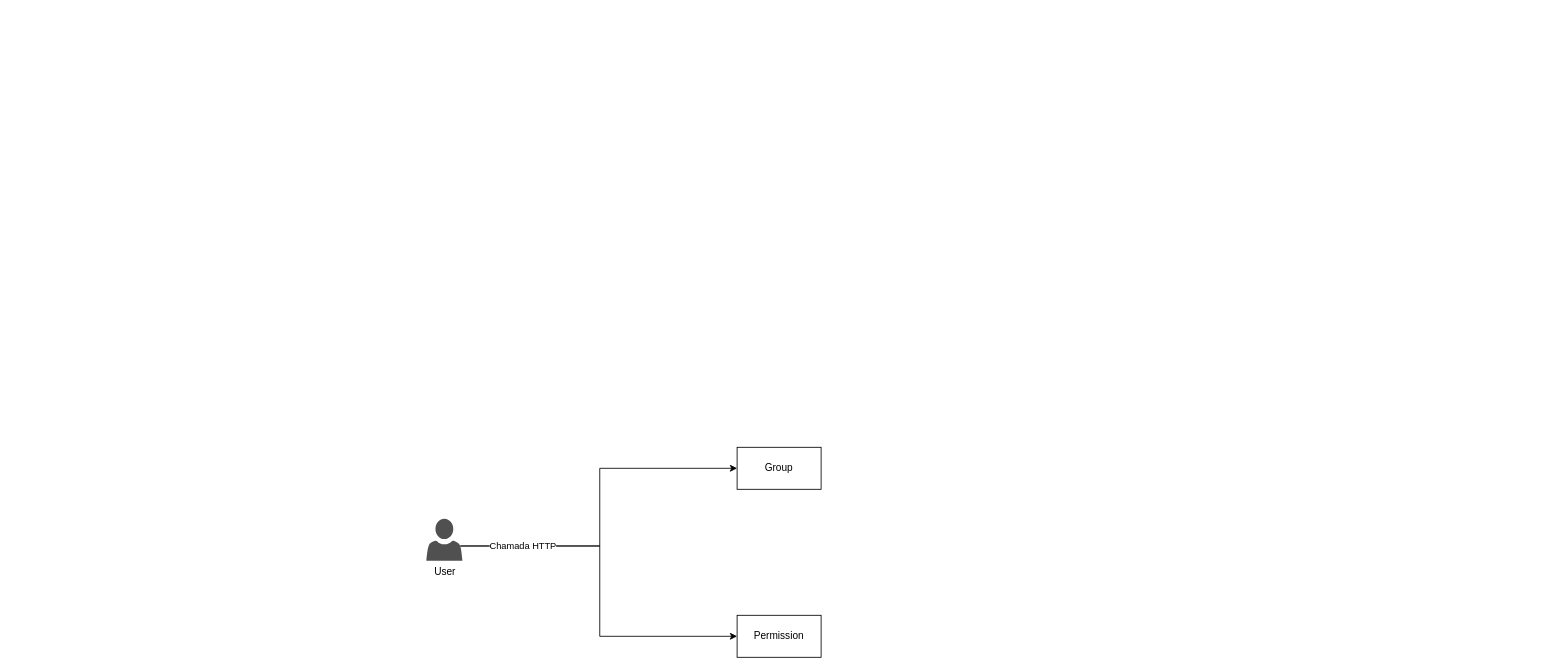
Earlier version of the draw.io diagram page "AuthService" (2 of 35) of Architecture.drawio (AlanEdward19/ShapeUp). Source tidied: cells renumbered, new cells numbered last; positions are measured from the earlier drawing's top-left corner, leaving out a move shared by most shapes. Both pictures are drawn from the tidied source at 84%, with x=0, y=0 at pixel (426, 447).
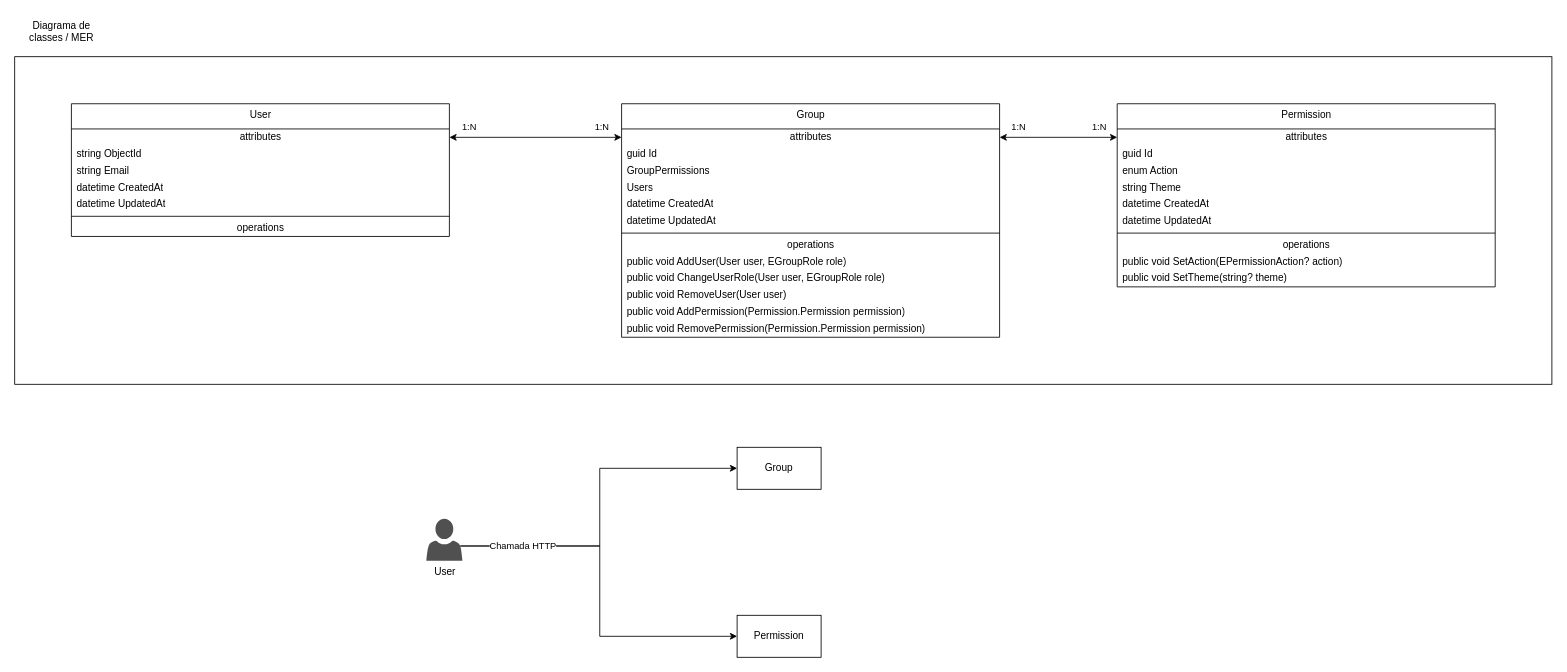
After the change.

Commit message:
MER and UML AuthService

Change to the diagram source:
```diff
@@
+    <mxCell id="8" style="group;" parent="1" vertex="1">
+      <mxGeometry x="-490" y="-515" width="1830" height="440" as="geometry" />
+    </mxCell>
+    <mxCell id="9" value="&lt;div style=&quot;text-align: center;&quot;&gt;Diagrama de classes / MER&lt;/div&gt;" style="text;whiteSpace=wrap;html=1;" parent="8" vertex="1">
+      <mxGeometry width="110" height="40" as="geometry" />
+    </mxCell>
+    <mxCell id="10" style="whiteSpace=wrap;html=1;fillColor=none;" parent="8" vertex="1">
+      <mxGeometry y="50" width="1830" height="390" as="geometry" />
+    </mxCell>
+    <mxCell id="11" style="group;" parent="8" vertex="1">
+      <mxGeometry x="67.5" y="106" width="1695" height="278" as="geometry" />
+    </mxCell>
+    <mxCell id="12" value="User" style="swimlane;fontStyle=0;align=center;verticalAlign=top;horizontal=1;startSize=30;html=1;whiteSpace=wrap;" parent="11" vertex="1">
+      <mxGeometry width="450" height="158" as="geometry" />
+    </mxCell>
+    <mxCell id="13" value="attributes" style="text;html=1;strokeColor=none;fillColor=none;align=center;verticalAlign=middle;spacingLeft=4;spacingRight=4;overflow=hidden;points=[[0,0.5],[1,0.5]];portConstraint=eastwest;whiteSpace=wrap;" parent="12" vertex="1">
+      <mxGeometry y="30" width="450" height="20" as="geometry" />
+    </mxCell>
+    <mxCell id="14" value="string ObjectId" style="text;html=1;strokeColor=none;fillColor=none;align=left;verticalAlign=middle;spacingLeft=4;spacingRight=4;overflow=hidden;whiteSpace=wrap;" parent="12" vertex="1">
+      <mxGeometry y="50" width="450" height="20" as="geometry" />
+    </mxCell>
+    <mxCell id="15" value="string Email" style="text;html=1;strokeColor=none;fillColor=none;align=left;verticalAlign=middle;spacingLeft=4;spacingRight=4;overflow=hidden;whiteSpace=wrap;" parent="12" vertex="1">
+      <mxGeometry y="70" width="450" height="20" as="geometry" />
+    </mxCell>
+    <mxCell id="16" value="datetime CreatedAt" style="text;html=1;strokeColor=none;fillColor=none;align=left;verticalAlign=middle;spacingLeft=4;spacingRight=4;overflow=hidden;whiteSpace=wrap;" parent="12" vertex="1">
+      <mxGeometry y="90" width="450" height="20" as="geometry" />
+    </mxCell>
+    <mxCell id="17" value="datetime UpdatedAt" style="text;html=1;strokeColor=none;fillColor=none;align=left;verticalAlign=middle;spacingLeft=4;spacingRight=4;overflow=hidden;whiteSpace=wrap;" parent="12" vertex="1">
+      <mxGeometry y="110" width="450" height="20" as="geometry" />
+    </mxCell>
+    <mxCell id="18" style="line;strokeWidth=1;fillColor=none;align=left;verticalAlign=middle;spacingTop=-1;spacingLeft=3;spacingRight=3;labelPosition=right;" parent="12" vertex="1">
+      <mxGeometry y="130" width="450" height="8" as="geometry" />
+    </mxCell>
+    <mxCell id="19" value="operations" style="text;html=1;strokeColor=none;fillColor=none;align=center;verticalAlign=middle;spacingLeft=4;spacingRight=4;overflow=hidden;whiteSpace=wrap;" parent="12" vertex="1">
+      <mxGeometry y="138" width="450" height="20" as="geometry" />
+    </mxCell>
+    <mxCell id="20" value="Group" style="swimlane;fontStyle=0;align=center;verticalAlign=top;horizontal=1;startSize=30;html=1;whiteSpace=wrap;" parent="11" vertex="1">
+      <mxGeometry x="655" width="450" height="278" as="geometry" />
+    </mxCell>
+    <mxCell id="21" value="attributes" style="text;html=1;strokeColor=none;fillColor=none;align=center;verticalAlign=middle;spacingLeft=4;spacingRight=4;overflow=hidden;points=[[0,0.5],[1,0.5]];portConstraint=eastwest;whiteSpace=wrap;" parent="20" vertex="1">
+      <mxGeometry y="30" width="450" height="20" as="geometry" />
+    </mxCell>
+    <mxCell id="22" value="guid Id" style="text;html=1;strokeColor=none;fillColor=none;align=left;verticalAlign=middle;spacingLeft=4;spacingRight=4;overflow=hidden;whiteSpace=wrap;" parent="20" vertex="1">
+      <mxGeometry y="50" width="450" height="20" as="geometry" />
+    </mxCell>
+    <mxCell id="23" value="GroupPermissions" style="text;html=1;strokeColor=none;fillColor=none;align=left;verticalAlign=middle;spacingLeft=4;spacingRight=4;overflow=hidden;whiteSpace=wrap;" parent="20" vertex="1">
+      <mxGeometry y="70" width="450" height="20" as="geometry" />
+    </mxCell>
+    <mxCell id="24" value="Users" style="text;html=1;strokeColor=none;fillColor=none;align=left;verticalAlign=middle;spacingLeft=4;spacingRight=4;overflow=hidden;whiteSpace=wrap;" parent="20" vertex="1">
+      <mxGeometry y="90" width="450" height="20" as="geometry" />
+    </mxCell>
+    <mxCell id="25" value="datetime CreatedAt" style="text;html=1;strokeColor=none;fillColor=none;align=left;verticalAlign=middle;spacingLeft=4;spacingRight=4;overflow=hidden;whiteSpace=wrap;" parent="20" vertex="1">
+      <mxGeometry y="110" width="450" height="20" as="geometry" />
+    </mxCell>
+    <mxCell id="26" value="datetime UpdatedAt" style="text;html=1;strokeColor=none;fillColor=none;align=left;verticalAlign=middle;spacingLeft=4;spacingRight=4;overflow=hidden;whiteSpace=wrap;" parent="20" vertex="1">
+      <mxGeometry y="130" width="450" height="20" as="geometry" />
+    </mxCell>
+    <mxCell id="27" style="line;strokeWidth=1;fillColor=none;align=left;verticalAlign=middle;spacingTop=-1;spacingLeft=3;spacingRight=3;labelPosition=right;" parent="20" vertex="1">
+      <mxGeometry y="150" width="450" height="8" as="geometry" />
+    </mxCell>
+    <mxCell id="28" value="operations" style="text;html=1;strokeColor=none;fillColor=none;align=center;verticalAlign=middle;spacingLeft=4;spacingRight=4;overflow=hidden;whiteSpace=wrap;" parent="20" vertex="1">
+      <mxGeometry y="158" width="450" height="20" as="geometry" />
+    </mxCell>
+    <mxCell id="29" value="public void AddUser(User user, EGroupRole role)" style="text;html=1;strokeColor=none;fillColor=none;align=left;verticalAlign=middle;spacingLeft=4;spacingRight=4;overflow=hidden;whiteSpace=wrap;" parent="20" vertex="1">
+      <mxGeometry y="178" width="450" height="20" as="geometry" />
+    </mxCell>
+    <mxCell id="30" value="public void ChangeUserRole(User user, EGroupRole role)" style="text;html=1;strokeColor=none;fillColor=none;align=left;verticalAlign=middle;spacingLeft=4;spacingRight=4;overflow=hidden;whiteSpace=wrap;" parent="20" vertex="1">
+      <mxGeometry y="198" width="450" height="20" as="geometry" />
+    </mxCell>
+    <mxCell id="31" value="public void RemoveUser(User user)" style="text;html=1;strokeColor=none;fillColor=none;align=left;verticalAlign=middle;spacingLeft=4;spacingRight=4;overflow=hidden;whiteSpace=wrap;" parent="20" vertex="1">
+      <mxGeometry y="218" width="450" height="20" as="geometry" />
+    </mxCell>
+    <mxCell id="32" value="public void AddPermission(Permission.Permission permission)" style="text;html=1;strokeColor=none;fillColor=none;align=left;verticalAlign=middle;spacingLeft=4;spacingRight=4;overflow=hidden;whiteSpace=wrap;" parent="20" vertex="1">
+      <mxGeometry y="238" width="450" height="20" as="geometry" />
+    </mxCell>
+    <mxCell id="33" value="public void RemovePermission(Permission.Permission permission)" style="text;html=1;strokeColor=none;fillColor=none;align=left;verticalAlign=middle;spacingLeft=4;spacingRight=4;overflow=hidden;whiteSpace=wrap;" parent="20" vertex="1">
+      <mxGeometry y="258" width="450" height="20" as="geometry" />
+    </mxCell>
+    <mxCell id="34" value="Permission" style="swimlane;fontStyle=0;align=center;verticalAlign=top;horizontal=1;startSize=30;html=1;whiteSpace=wrap;" parent="11" vertex="1">
+      <mxGeometry x="1245" width="450" height="218" as="geometry" />
+    </mxCell>
+    <mxCell id="35" value="attributes" style="text;html=1;strokeColor=none;fillColor=none;align=center;verticalAlign=middle;spacingLeft=4;spacingRight=4;overflow=hidden;points=[[0,0.5],[1,0.5]];portConstraint=eastwest;whiteSpace=wrap;" parent="34" vertex="1">
+      <mxGeometry y="30" width="450" height="20" as="geometry" />
+    </mxCell>
+    <mxCell id="36" value="guid Id" style="text;html=1;strokeColor=none;fillColor=none;align=left;verticalAlign=middle;spacingLeft=4;spacingRight=4;overflow=hidden;whiteSpace=wrap;" parent="34" vertex="1">
+      <mxGeometry y="50" width="450" height="20" as="geometry" />
+    </mxCell>
+    <mxCell id="37" value="enum Action" style="text;html=1;strokeColor=none;fillColor=none;align=left;verticalAlign=middle;spacingLeft=4;spacingRight=4;overflow=hidden;whiteSpace=wrap;" parent="34" vertex="1">
+      <mxGeometry y="70" width="450" height="20" as="geometry" />
+    </mxCell>
+    <mxCell id="38" value="string Theme" style="text;html=1;strokeColor=none;fillColor=none;align=left;verticalAlign=middle;spacingLeft=4;spacingRight=4;overflow=hidden;whiteSpace=wrap;" parent="34" vertex="1">
+      <mxGeometry y="90" width="450" height="20" as="geometry" />
+    </mxCell>
+    <mxCell id="39" value="datetime CreatedAt" style="text;html=1;strokeColor=none;fillColor=none;align=left;verticalAlign=middle;spacingLeft=4;spacingRight=4;overflow=hidden;whiteSpace=wrap;" parent="34" vertex="1">
+      <mxGeometry y="110" width="450" height="20" as="geometry" />
+    </mxCell>
+    <mxCell id="40" value="datetime UpdatedAt" style="text;html=1;strokeColor=none;fillColor=none;align=left;verticalAlign=middle;spacingLeft=4;spacingRight=4;overflow=hidden;whiteSpace=wrap;" parent="34" vertex="1">
+      <mxGeometry y="130" width="450" height="20" as="geometry" />
+    </mxCell>
+    <mxCell id="41" style="line;strokeWidth=1;fillColor=none;align=left;verticalAlign=middle;spacingTop=-1;spacingLeft=3;spacingRight=3;labelPosition=right;" parent="34" vertex="1">
+      <mxGeometry y="150" width="450" height="8" as="geometry" />
+    </mxCell>
+    <mxCell id="42" value="operations" style="text;html=1;strokeColor=none;fillColor=none;align=center;verticalAlign=middle;spacingLeft=4;spacingRight=4;overflow=hidden;whiteSpace=wrap;" parent="34" vertex="1">
+      <mxGeometry y="158" width="450" height="20" as="geometry" />
+    </mxCell>
+    <mxCell id="43" value="public void SetAction(EPermissionAction? action)" style="text;html=1;strokeColor=none;fillColor=none;align=left;verticalAlign=middle;spacingLeft=4;spacingRight=4;overflow=hidden;whiteSpace=wrap;" parent="34" vertex="1">
+      <mxGeometry y="178" width="450" height="20" as="geometry" />
+    </mxCell>
+    <mxCell id="44" value="public void SetTheme(string? theme)" style="text;html=1;strokeColor=none;fillColor=none;align=left;verticalAlign=middle;spacingLeft=4;spacingRight=4;overflow=hidden;whiteSpace=wrap;" parent="34" vertex="1">
+      <mxGeometry y="198" width="450" height="20" as="geometry" />
+    </mxCell>
+    <mxCell id="45" style="edgeStyle=orthogonalEdgeStyle;rounded=0;jettySize=auto;html=1;exitX=1;exitY=0.5;exitDx=0;exitDy=0;entryX=0;entryY=0.5;entryDx=0;entryDy=0;startArrow=classic;startFill=1;" parent="11" edge="1" source="13" target="21">
+      <mxGeometry relative="1" as="geometry" />
+    </mxCell>
+    <mxCell id="46" value="1:N" style="edgeLabel;html=1;align=center;verticalAlign=middle;" parent="45" vertex="1">
+      <mxGeometry x="0.77" y="2" relative="1" as="geometry">
+        <mxPoint y="-11" as="offset" />
+      </mxGeometry>
+    </mxCell>
+    <mxCell id="47" value="1:N" style="edgeLabel;html=1;align=center;verticalAlign=middle;" parent="45" vertex="1">
+      <mxGeometry x="-0.78" y="1" relative="1" as="geometry">
+        <mxPoint y="-12" as="offset" />
+      </mxGeometry>
+    </mxCell>
+    <mxCell id="48" style="edgeStyle=orthogonalEdgeStyle;rounded=0;jettySize=auto;html=1;exitX=1;exitY=0.5;exitDx=0;exitDy=0;entryX=0;entryY=0.5;entryDx=0;entryDy=0;startArrow=classic;startFill=1;" parent="11" edge="1" source="21" target="35">
+      <mxGeometry relative="1" as="geometry" />
+    </mxCell>
+    <mxCell id="49" value="1:N" style="edgeLabel;html=1;align=center;verticalAlign=middle;" parent="48" vertex="1">
+      <mxGeometry x="0.69" relative="1" as="geometry">
+        <mxPoint y="-13" as="offset" />
+      </mxGeometry>
+    </mxCell>
+    <mxCell id="50" value="1:N" style="edgeLabel;html=1;align=center;verticalAlign=middle;" parent="48" vertex="1">
+      <mxGeometry x="-0.65" y="-1" relative="1" as="geometry">
+        <mxPoint x="-3" y="-14" as="offset" />
+      </mxGeometry>
+    </mxCell>
```
